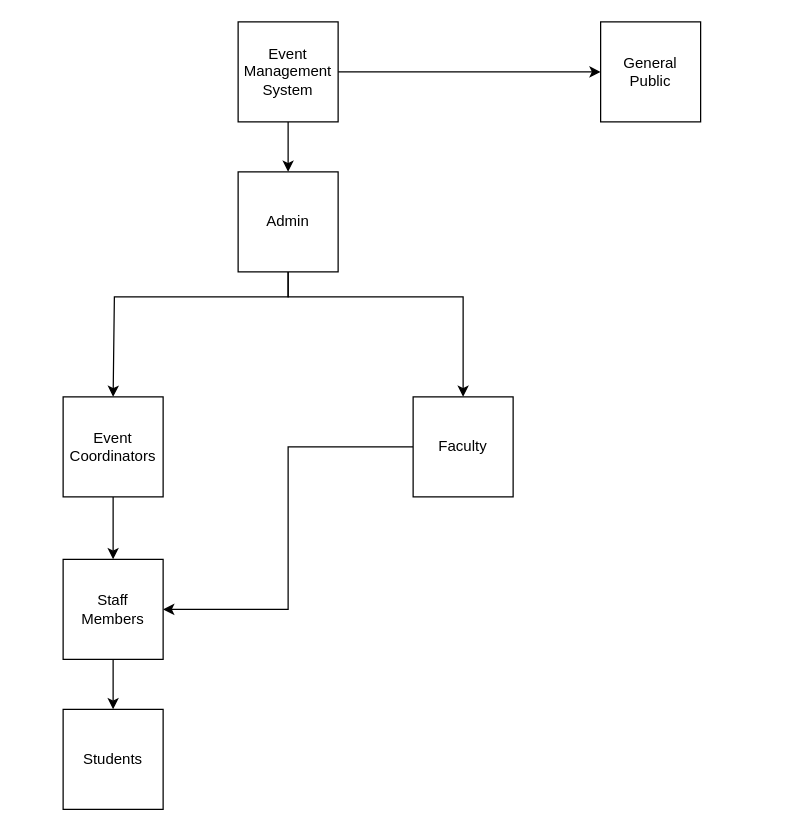
This is EventManagementSystem_USERS.drawio from bhargav1997/Event-management-system, a draw.io file, before an edit. Source tidied: cells renumbered, new cells numbered last; positions are measured from the earlier drawing's top-left corner, leaving out a move shared by most shapes. Both pictures are drawn from the tidied source at 125%, with x=0, y=0 at pixel (62, 21).
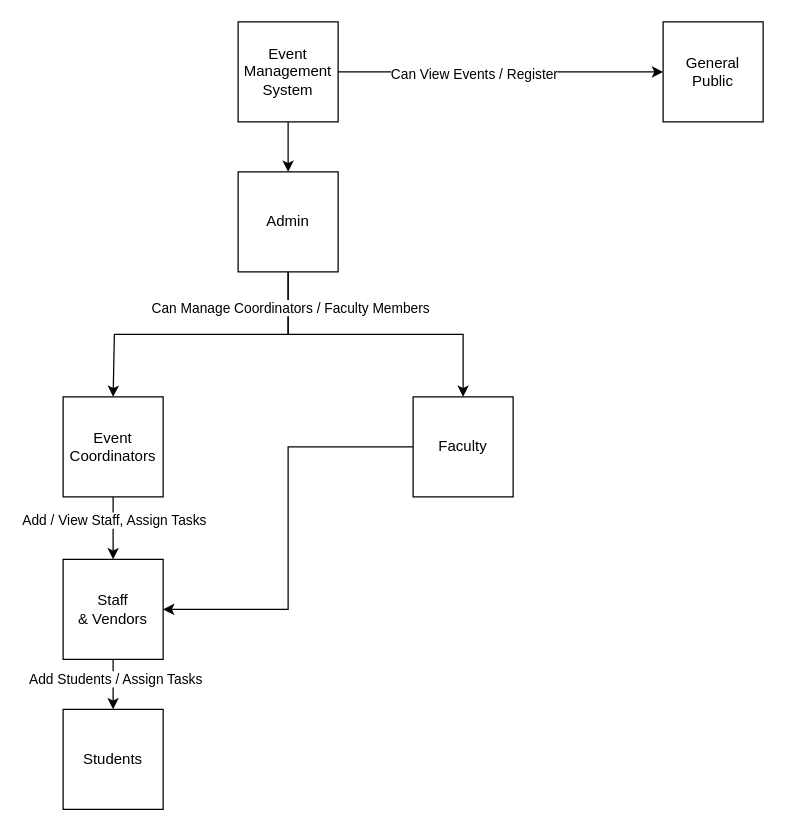
Above is the later version.

Unchanged cells that the change refers to:
```xml
<mxCell id="3" style="edgeStyle=orthogonalEdgeStyle;rounded=0;jettySize=auto;html=1;" parent="1" edge="1" source="4" target="15">
  <mxGeometry relative="1" as="geometry" />
</mxCell>
<mxCell id="7" value="Admin" style="whiteSpace=wrap;html=1;" parent="1" vertex="1">
  <mxGeometry x="140" y="120" width="80" height="80" as="geometry" />
</mxCell>
<mxCell id="8" style="edgeStyle=orthogonalEdgeStyle;rounded=0;jettySize=auto;html=1;exitX=0.5;exitY=1;exitDx=0;exitDy=0;" parent="1" edge="1" source="9" target="13">
  <mxGeometry relative="1" as="geometry" />
</mxCell>
<mxCell id="11" value="Faculty" style="whiteSpace=wrap;html=1;" parent="1" vertex="1">
  <mxGeometry x="280" y="300" width="80" height="80" as="geometry" />
</mxCell>
<mxCell id="12" style="edgeStyle=orthogonalEdgeStyle;rounded=0;jettySize=auto;html=1;" parent="1" edge="1" source="13" target="14">
  <mxGeometry relative="1" as="geometry" />
</mxCell>
```

Diff of the diagram source:
```diff
@@
+    <mxCell id="16" value="Can View Events / Register" style="edgeLabel;html=1;align=center;verticalAlign=middle;" parent="3" vertex="1">
+      <mxGeometry x="-0.17" y="-1" relative="1" as="geometry" />
+    </mxCell>
@@
     <mxCell id="5" style="edgeStyle=orthogonalEdgeStyle;rounded=0;jettySize=auto;html=1;" parent="1" edge="1" source="7">
       <mxGeometry relative="1" as="geometry">
         <mxPoint x="40" y="300" as="targetPoint" />
         <Array as="points">
-          <mxPoint x="180" y="220" />
-          <mxPoint x="41" y="220" />
+          <mxPoint x="180" y="250" />
+          <mxPoint x="41" y="250" />
+          <mxPoint x="41" y="300" />
         </Array>
       </mxGeometry>
     </mxCell>
     <mxCell id="6" style="edgeStyle=orthogonalEdgeStyle;rounded=0;jettySize=auto;html=1;entryX=0.5;entryY=0;entryDx=0;entryDy=0;" parent="1" edge="1" source="7" target="11">
       <mxGeometry relative="1" as="geometry">
         <Array as="points">
-          <mxPoint x="180" y="220" />
-          <mxPoint x="320" y="220" />
+          <mxPoint x="180" y="250" />
+          <mxPoint x="320" y="250" />
         </Array>
       </mxGeometry>
     </mxCell>
+    <mxCell id="17" value="Can Manage Coordinators / Faculty Members" style="edgeLabel;html=1;align=center;verticalAlign=middle;" parent="6" vertex="1">
+      <mxGeometry x="-0.77" y="1" relative="1" as="geometry" />
+    </mxCell>
@@
+    <mxCell id="18" value="Add / View Staff, Assign Tasks" style="edgeLabel;html=1;align=center;verticalAlign=middle;" parent="8" vertex="1">
+      <mxGeometry x="-0.28" relative="1" as="geometry" />
+    </mxCell>
@@
+    <mxCell id="19" value="Add Students / Assign Tasks" style="edgeLabel;html=1;align=center;verticalAlign=middle;" parent="12" vertex="1">
+      <mxGeometry x="-0.23" y="1" relative="1" as="geometry" />
+    </mxCell>
-    <mxCell id="13" value="Staff &lt;br&gt;Members" style="whiteSpace=wrap;html=1;" parent="1" vertex="1">
+    <mxCell id="13" value="Staff &lt;br&gt;&amp;amp; Vendors" style="whiteSpace=wrap;html=1;" parent="1" vertex="1">
       <mxGeometry y="430" width="80" height="80" as="geometry" />
     </mxCell>
@@
     <mxCell id="15" value="General &lt;br&gt;Public" style="whiteSpace=wrap;html=1;" parent="1" vertex="1">
-      <mxGeometry x="430" width="80" height="80" as="geometry" />
+      <mxGeometry x="480" width="80" height="80" as="geometry" />
     </mxCell>
```
